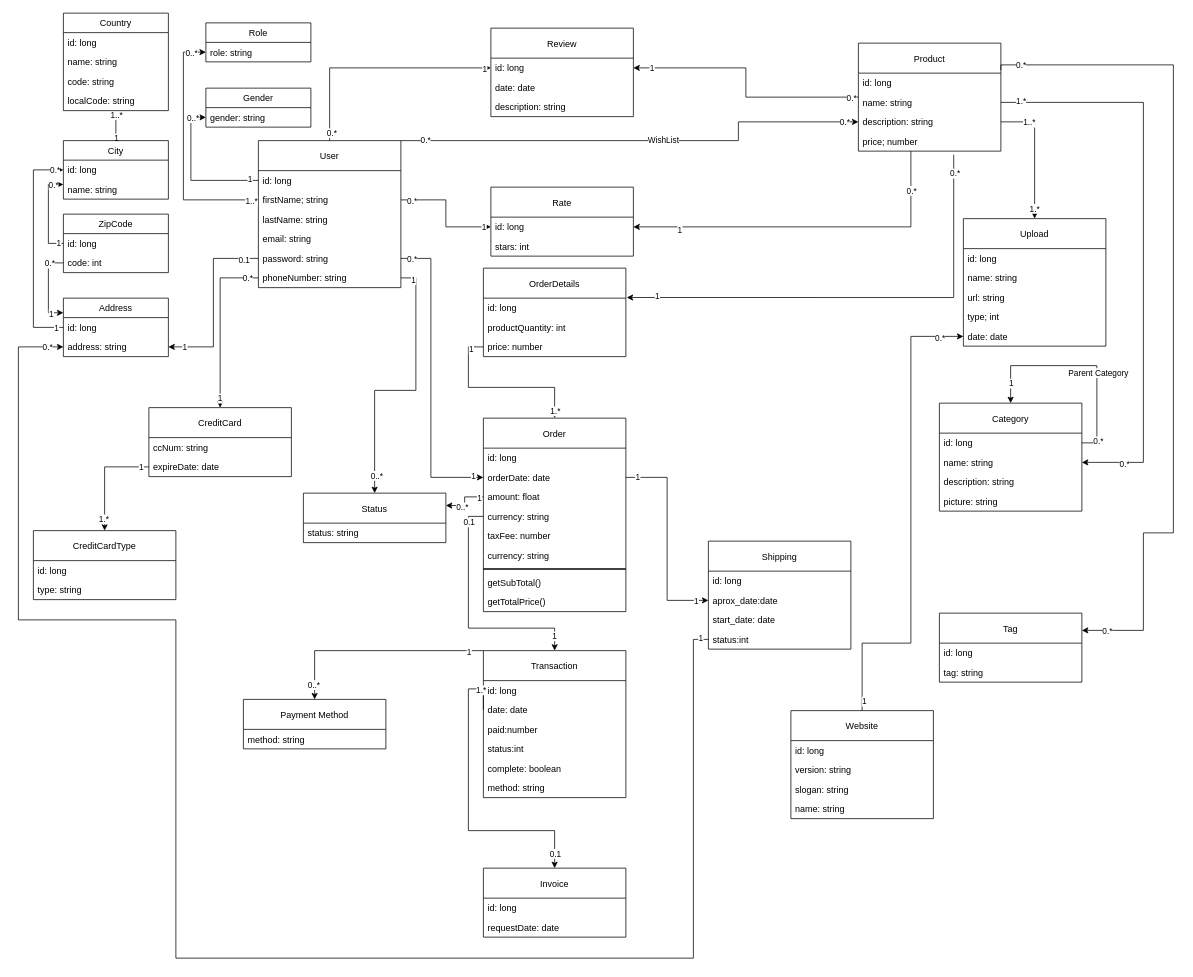
Earlier version of the draw.io diagram page "Ecommerce basic model" (1 of 4) of Class Diagram.drawio (Psycomentis06/AZIT-e-commerce-API-doc). Source tidied: cells renumbered, new cells numbered last; positions are measured from the earlier drawing's top-left corner, leaving out a move shared by most shapes. Both pictures are drawn from the tidied source at 75%, with x=0, y=0 at pixel (18, 13).
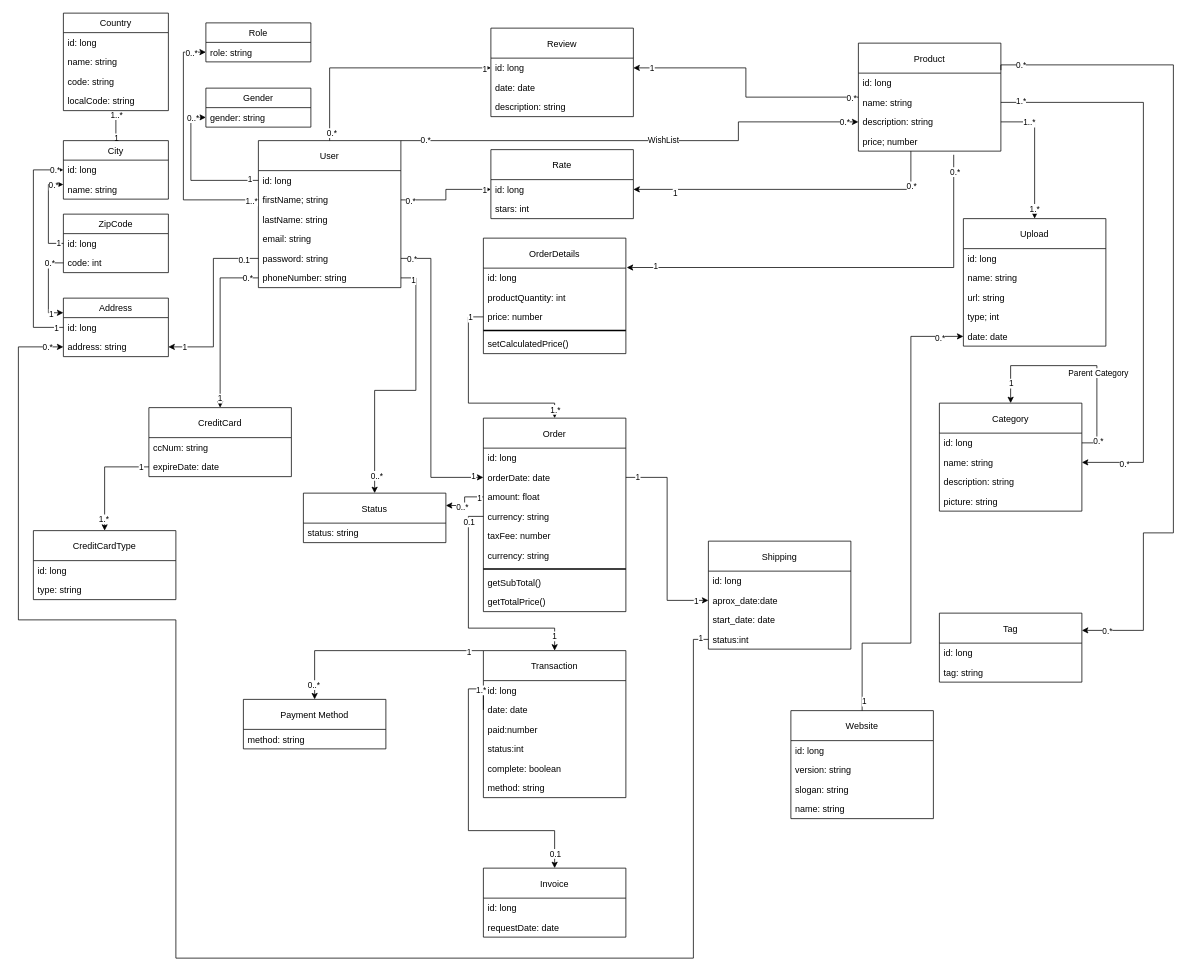
The same page after the edit.

Commit message:
Order Details

The change refers to these unchanged cells:
```xml
<mxCell id="42" value="Order" style="swimlane;fontStyle=0;horizontal=1;startSize=40;fillColor=none;" parent="1" vertex="1">
  <mxGeometry x="620" y="540" width="190" height="258" as="geometry" />
</mxCell>
<mxCell id="78" value="id: long" style="text;strokeColor=none;fillColor=none;align=left;verticalAlign=top;spacingLeft=4;spacingRight=4;overflow=hidden;points=[[0,0.5],[1,0.5]];portConstraint=eastwest;" parent="77" vertex="1">
  <mxGeometry y="40" width="190" height="26" as="geometry" />
</mxCell>
<mxCell id="118" value="id: long" style="text;strokeColor=none;fillColor=none;align=left;verticalAlign=top;spacingLeft=4;spacingRight=4;overflow=hidden;points=[[0,0.5],[1,0.5]];portConstraint=eastwest;" parent="117" vertex="1">
  <mxGeometry y="40" width="190" height="26" as="geometry" />
</mxCell>
<mxCell id="120" value="price: number" style="text;strokeColor=none;fillColor=none;align=left;verticalAlign=top;spacingLeft=4;spacingRight=4;overflow=hidden;points=[[0,0.5],[1,0.5]];portConstraint=eastwest;" parent="117" vertex="1">
  <mxGeometry y="92" width="190" height="26" as="geometry" />
</mxCell>
<mxCell id="134" value="price; number" style="text;strokeColor=none;fillColor=none;align=left;verticalAlign=top;spacingLeft=4;spacingRight=4;overflow=hidden;points=[[0,0.5],[1,0.5]];portConstraint=eastwest;" parent="130" vertex="1">
  <mxGeometry y="118" width="190" height="26" as="geometry" />
</mxCell>
```

What changed in the source:
```diff
@@
     <mxCell id="77" value="Rate" style="swimlane;fontStyle=0;horizontal=1;startSize=40;fillColor=none;" parent="1" vertex="1">
-      <mxGeometry x="630" y="232" width="190" height="92" as="geometry" />
+      <mxGeometry x="630" y="182" width="190" height="92" as="geometry" />
     </mxCell>
@@
     <mxCell id="83" style="edgeStyle=orthogonalEdgeStyle;rounded=0;jettySize=auto;html=1;entryX=1;entryY=0.5;entryDx=0;entryDy=0;" parent="1" edge="1" target="78">
       <mxGeometry relative="1" as="geometry">
         <mxPoint x="1190" y="184" as="sourcePoint" />
         <Array as="points">
-          <mxPoint x="1190" y="285" />
+          <mxPoint x="1190" y="235" />
         </Array>
       </mxGeometry>
     </mxCell>
@@
     <mxCell id="117" value="OrderDetails" style="swimlane;fontStyle=0;horizontal=1;startSize=40;fillColor=none;" parent="1" vertex="1">
-      <mxGeometry x="620" y="340" width="190" height="118" as="geometry" />
+      <mxGeometry x="620" y="300" width="190" height="154" as="geometry" />
     </mxCell>
@@
+    <mxCell id="186" style="line;strokeWidth=2;html=1;labelBackgroundColor=#000000;" parent="117" vertex="1">
+      <mxGeometry y="118" width="190" height="10" as="geometry" />
+    </mxCell>
+    <mxCell id="187" value="setCalculatedPrice()" style="text;strokeColor=none;fillColor=none;align=left;verticalAlign=top;spacingLeft=4;spacingRight=4;overflow=hidden;" parent="117" vertex="1">
+      <mxGeometry y="128" width="190" height="26" as="geometry" />
+    </mxCell>
@@
     <mxCell id="124" style="edgeStyle=orthogonalEdgeStyle;rounded=0;jettySize=auto;html=1;exitX=0.669;exitY=1.187;exitDx=0;exitDy=0;entryX=1.006;entryY=-0.032;entryDx=0;entryDy=0;entryPerimeter=0;exitPerimeter=0;" parent="1" edge="1" source="134" target="118">
       <mxGeometry relative="1" as="geometry">
         <Array as="points">
-          <mxPoint x="1247" y="379" />
+          <mxPoint x="1247" y="339" />
         </Array>
       </mxGeometry>
     </mxCell>
@@
     <mxCell id="127" style="edgeStyle=orthogonalEdgeStyle;rounded=0;jettySize=auto;html=1;exitX=0;exitY=0.5;exitDx=0;exitDy=0;entryX=0.5;entryY=0;entryDx=0;entryDy=0;" parent="1" edge="1" source="120" target="42">
-      <mxGeometry relative="1" as="geometry" />
+      <mxGeometry relative="1" as="geometry">
+        <Array as="points">
+          <mxPoint x="600" y="405" />
+          <mxPoint x="600" y="520" />
+          <mxPoint x="715" y="520" />
+        </Array>
+      </mxGeometry>
     </mxCell>
```
